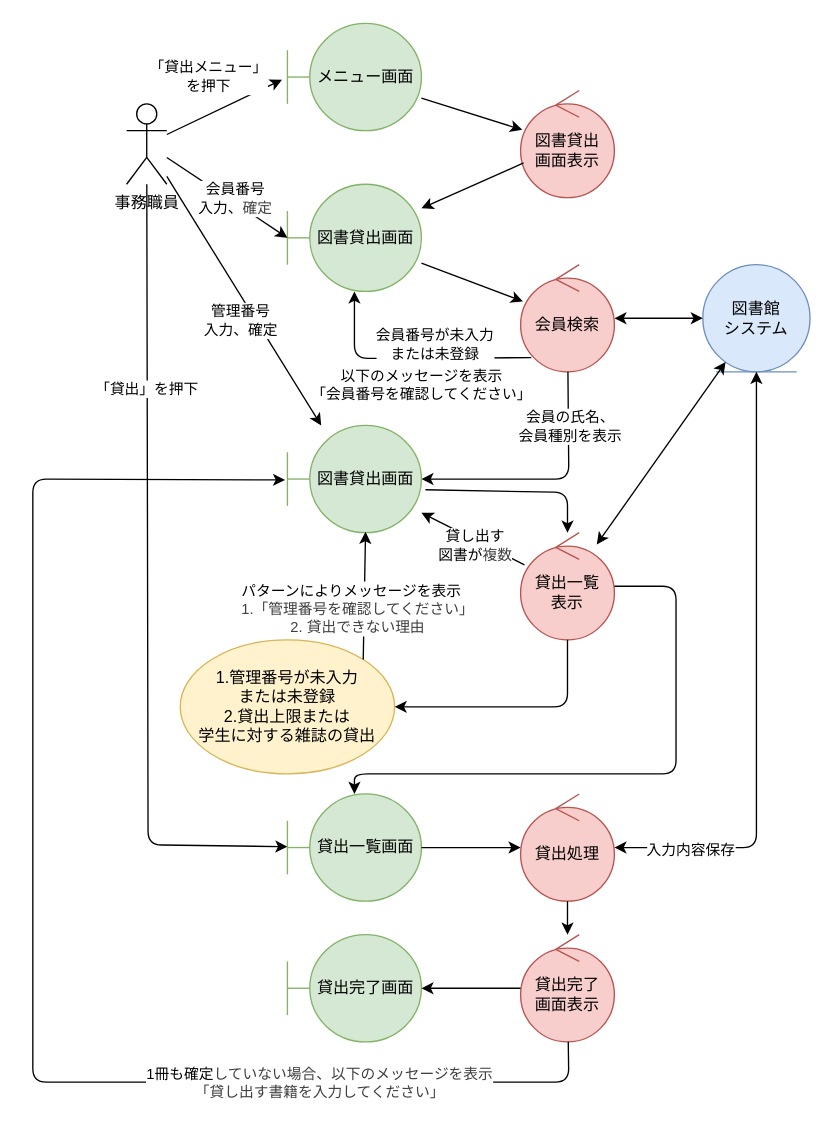
The draw.io diagram kouka2/analysis_rent.drawio in FujikawaHirono0520/group3_1_dogdog, before the edit. Source tidied: cells renumbered, new cells numbered last; positions are measured from the earlier drawing's top-left corner, leaving out a move shared by most shapes. Both pictures are drawn from the tidied source at 134%, with x=0, y=0 at pixel (32, 23).
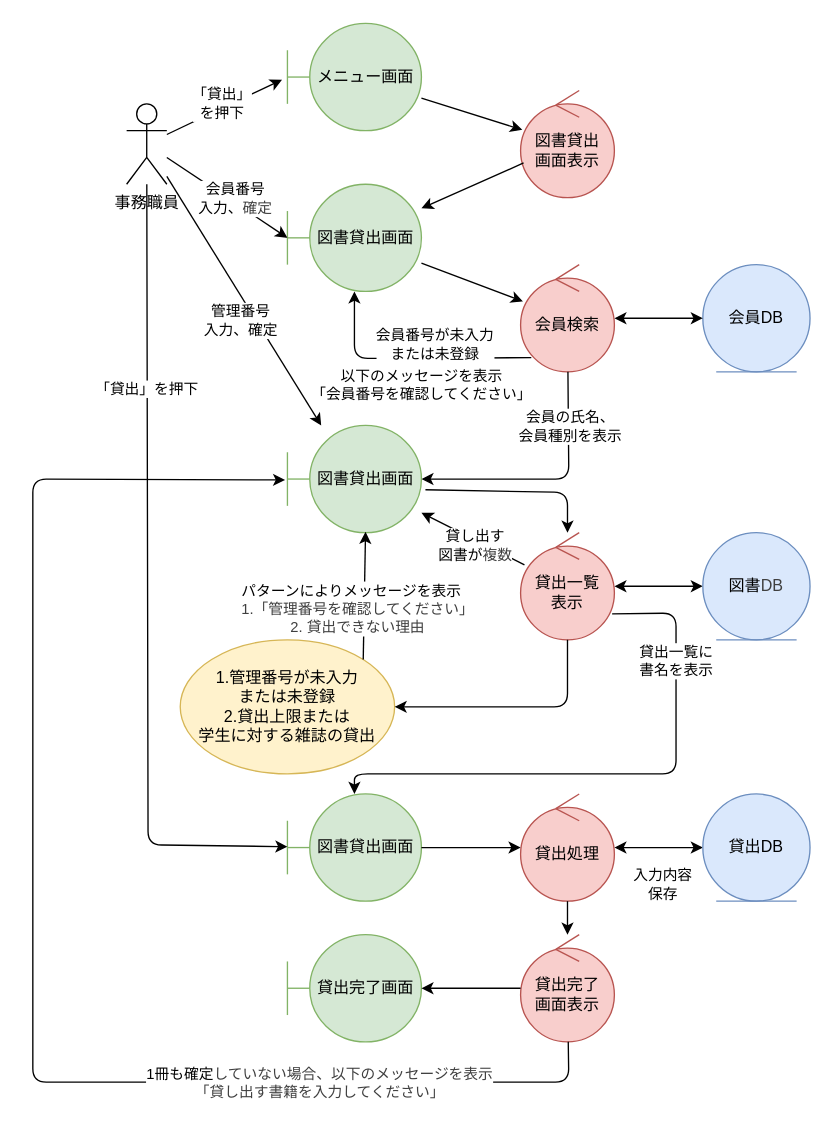
After the change.

Commit message (it also covers changes not shown here):
ヤバいシーケンス図

Unchanged cells that the change refers to:
```xml
<mxCell id="4" style="endArrow=classic;html=1;entryX=-0.04;entryY=0.525;entryDx=0;entryDy=0;entryPerimeter=0;" parent="1" edge="1" source="2" target="3">
  <mxGeometry relative="1" as="geometry" />
</mxCell>
<mxCell id="24" value="貸出一覧&lt;div&gt;表示&lt;/div&gt;" style="ellipse;shape=umlControl;whiteSpace=wrap;html=1;fillColor=#f8cecc;strokeColor=#b85450;" parent="1" vertex="1">
  <mxGeometry x="364" y="380" width="70" height="80" as="geometry" />
</mxCell>
<mxCell id="29" value="貸出処理" style="ellipse;shape=umlControl;whiteSpace=wrap;html=1;fillColor=#f8cecc;strokeColor=#b85450;" parent="1" vertex="1">
  <mxGeometry x="364" y="575" width="70" height="80" as="geometry" />
</mxCell>
<mxCell id="41" style="endArrow=classic;html=1;entryX=-0.017;entryY=0.508;entryDx=0;entryDy=0;entryPerimeter=0;" parent="1" edge="1" source="34" target="21">
  <mxGeometry relative="1" as="geometry">
    <Array as="points">
      <mxPoint x="400" y="790" />
      <mxPoint y="790" />
      <mxPoint y="340" />
    </Array>
  </mxGeometry>
</mxCell>
```

Diff of the diagram source:
```diff
@@
-<mxGraphModel>
+<mxGraphModel background="#ffffff">
@@
-    <mxCell id="2" value="事務職員" style="shape=umlActor;verticalLabelPosition=bottom;verticalAlign=top;html=1;" parent="1" vertex="1">
-      <mxGeometry x="70" y="60" width="30" height="60" as="geometry" />
-    </mxCell>
@@
-    <mxCell id="5" value="「貸出メニュー」&lt;div&gt;を押下&lt;/div&gt;" style="edgeLabel;html=1;align=center;verticalAlign=middle;" parent="4" vertex="1">
+    <mxCell id="5" value="「貸出」&lt;div&gt;を押下&lt;/div&gt;" style="edgeLabel;html=1;align=center;verticalAlign=middle;" parent="4" vertex="1">
       <mxGeometry x="0.02" y="3" relative="1" as="geometry">
-        <mxPoint x="-12" y="-20" as="offset" />
+        <mxPoint x="-2" as="offset" />
       </mxGeometry>
     </mxCell>
@@
-    <mxCell id="14" value="図書館&lt;div&gt;システム&lt;/div&gt;" style="ellipse;shape=umlEntity;whiteSpace=wrap;html=1;fillColor=#dae8fc;strokeColor=#6c8ebf;" parent="1" vertex="1">
+    <mxCell id="14" value="会員DB" style="ellipse;shape=umlEntity;whiteSpace=wrap;html=1;fillColor=#dae8fc;strokeColor=#6c8ebf;" parent="1" vertex="1">
       <mxGeometry x="500" y="180" width="80" height="80" as="geometry" />
     </mxCell>
@@
-    <mxCell id="26" style="endArrow=classic;startArrow=classic;html=1;" parent="1" edge="1" source="24" target="14">
+    <mxCell id="26" style="endArrow=classic;startArrow=classic;html=1;" parent="1" edge="1" source="24" target="49">
       <mxGeometry relative="1" as="geometry" />
     </mxCell>
-    <mxCell id="27" value="貸出一覧画面" style="shape=umlBoundary;whiteSpace=wrap;html=1;fillColor=#d5e8d4;strokeColor=#82b366;" parent="1" vertex="1">
+    <mxCell id="27" value="図書貸出画面" style="shape=umlBoundary;whiteSpace=wrap;html=1;fillColor=#d5e8d4;strokeColor=#82b366;" parent="1" vertex="1">
       <mxGeometry x="190" y="575" width="100" height="80" as="geometry" />
     </mxCell>
-    <mxCell id="28" style="endArrow=classic;html=1;" parent="1" edge="1" source="24" target="27">
+    <mxCell id="28" style="endArrow=classic;html=1;exitX=0.976;exitY=0.758;exitDx=0;exitDy=0;exitPerimeter=0;" parent="1" edge="1" source="24" target="27">
       <mxGeometry relative="1" as="geometry">
         <Array as="points">
-          <mxPoint x="480" y="420" />
+          <mxPoint x="480" y="440" />
           <mxPoint x="480" y="500" />
           <mxPoint x="480" y="560" />
           <mxPoint x="240" y="560" />
         </Array>
       </mxGeometry>
     </mxCell>
+    <mxCell id="47" value="貸出一覧に&lt;div&gt;書名を表示&lt;/div&gt;" style="edgeLabel;html=1;align=center;verticalAlign=middle;" parent="28" vertex="1">
+      <mxGeometry x="-0.7" y="-1" relative="1" as="geometry">
+        <mxPoint y="20" as="offset" />
+      </mxGeometry>
+    </mxCell>
@@
-    <mxCell id="31" style="endArrow=classic;startArrow=classic;html=1;" parent="1" edge="1" source="29" target="14">
-      <mxGeometry relative="1" as="geometry">
-        <Array as="points">
-          <mxPoint x="540" y="615" />
-        </Array>
-      </mxGeometry>
+    <mxCell id="31" style="endArrow=classic;startArrow=classic;html=1;" parent="1" edge="1" source="29" target="50">
+      <mxGeometry relative="1" as="geometry" />
     </mxCell>
-    <mxCell id="32" value="入力内容保存" style="edgeLabel;html=1;align=center;verticalAlign=middle;" parent="31" vertex="1">
-      <mxGeometry x="0.06" y="4" relative="1" as="geometry">
-        <mxPoint x="-46" y="139" as="offset" />
-      </mxGeometry>
-    </mxCell>
@@
+    <mxCell id="48" value="&lt;span style=&quot;color: rgb(0, 0, 0);&quot;&gt;入力内容&lt;/span&gt;&lt;div&gt;&lt;span style=&quot;color: rgb(0, 0, 0);&quot;&gt;保存&lt;/span&gt;&lt;/div&gt;" style="edgeLabel;html=1;align=center;verticalAlign=middle;" parent="41" vertex="1">
+      <mxGeometry x="-0.96" y="-2" relative="1" as="geometry">
+        <mxPoint x="72" y="-139" as="offset" />
+      </mxGeometry>
+    </mxCell>
@@
+    <mxCell id="49" value="図書&lt;span style=&quot;color: rgb(63, 63, 63); background-color: transparent;&quot;&gt;DB&lt;/span&gt;" style="ellipse;shape=umlEntity;whiteSpace=wrap;html=1;fillColor=#dae8fc;strokeColor=#6c8ebf;" parent="1" vertex="1">
+      <mxGeometry x="500" y="380" width="80" height="80" as="geometry" />
+    </mxCell>
+    <mxCell id="50" value="貸出DB" style="ellipse;shape=umlEntity;whiteSpace=wrap;html=1;fillColor=#dae8fc;strokeColor=#6c8ebf;" parent="1" vertex="1">
+      <mxGeometry x="500" y="575" width="80" height="80" as="geometry" />
+    </mxCell>
+    <mxCell id="2" value="事務職員" style="shape=umlActor;verticalLabelPosition=bottom;verticalAlign=top;html=1;" parent="1" vertex="1">
+      <mxGeometry x="70" y="60" width="30" height="60" as="geometry" />
+    </mxCell>
```
